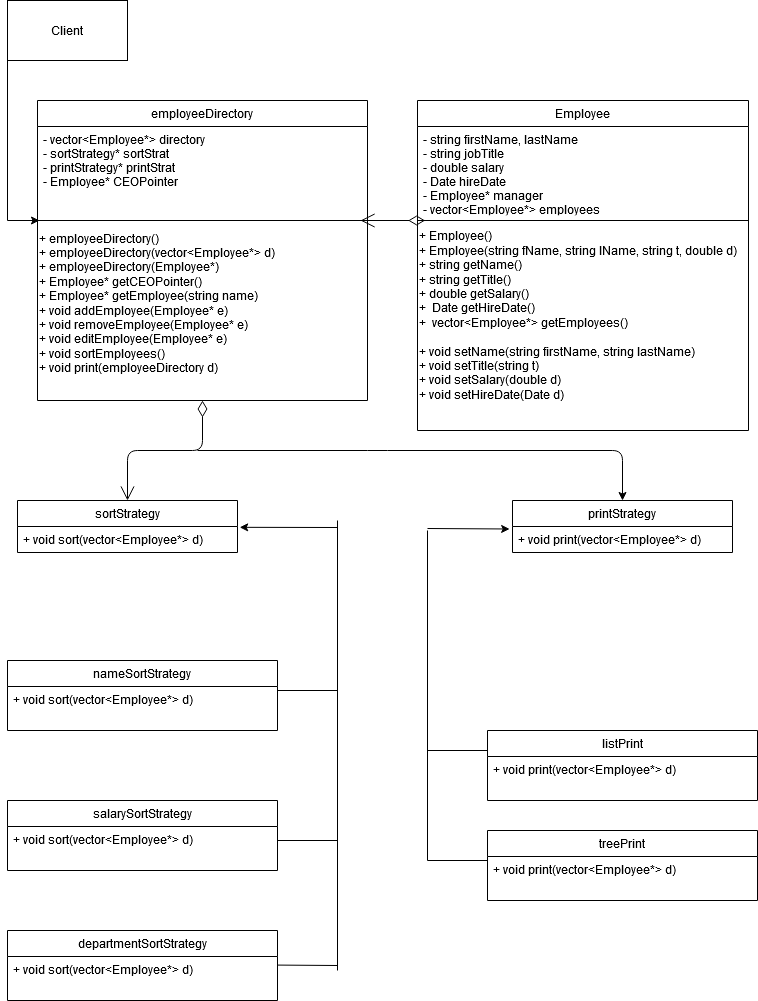
Before: images/final_diagram.png, a diagram exported from draw.io (davids598/EmployeeDirectoryProgram). Source tidied: cells renumbered, new cells last; positions are measured from the earlier drawing's top-left corner, leaving out a move shared by most shapes.
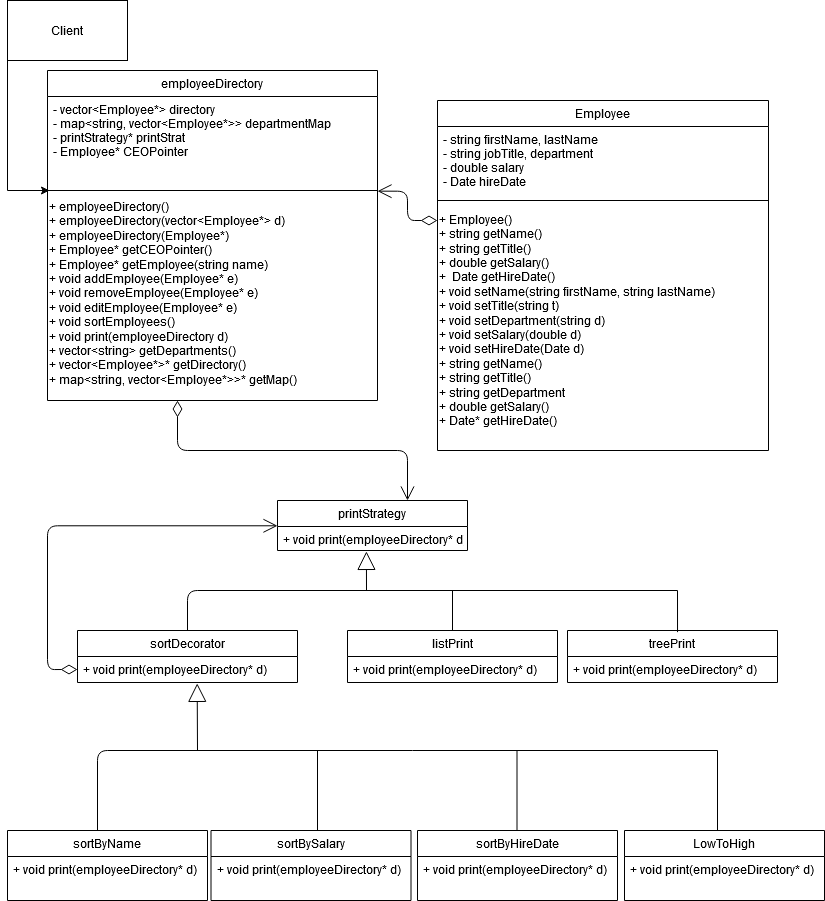
After the commit.

Commit message:
updated class diagram

Diff of the diagram source:
```diff
@@ -5,23 +5,23 @@
     <mxCell id="2" value="Employee" style="swimlane;fontStyle=0;align=center;verticalAlign=top;horizontal=1;startSize=26;rounded=0;shadow=0;strokeWidth=1;" parent="1" vertex="1">
-      <mxGeometry x="410" y="100" width="331" height="330" as="geometry" />
+      <mxGeometry x="430" y="100" width="331" height="350" as="geometry" />
     </mxCell>
-    <mxCell id="3" value="- string firstName, lastName&#10;- string jobTitle&#10;- double salary&#10;- Date hireDate&#10;- Employee* manager&#10;- vector&lt;Employee*&gt; employees&#10; " style="text;align=left;verticalAlign=top;spacingLeft=4;spacingRight=4;overflow=hidden;" parent="2" vertex="1">
-      <mxGeometry y="26" width="331" height="84" as="geometry" />
+    <mxCell id="3" value="- string firstName, lastName&#10;- string jobTitle, department&#10;- double salary&#10;- Date hireDate&#10; " style="text;align=left;verticalAlign=top;spacingLeft=4;spacingRight=4;overflow=hidden;" parent="2" vertex="1">
+      <mxGeometry y="26" width="331" height="64" as="geometry" />
     </mxCell>
     <mxCell id="4" style="line;html=1;strokeWidth=1;align=left;verticalAlign=middle;spacingTop=-1;spacingLeft=3;spacingRight=3;labelPosition=right;points=[];portConstraint=eastwest;" parent="2" vertex="1">
-      <mxGeometry y="110" width="331" height="20" as="geometry" />
+      <mxGeometry y="90" width="331" height="20" as="geometry" />
     </mxCell>
-    <mxCell id="5" value="&lt;div&gt;+ Employee()&lt;/div&gt;&lt;div&gt;+ Employee(string fName, string lName, string t, double d)&lt;br&gt;&lt;/div&gt;&lt;div&gt;+ string getName()&lt;/div&gt;&lt;div align=&quot;left&quot;&gt;+ string getTitle()&lt;/div&gt;&lt;div align=&quot;left&quot;&gt;+ double getSalary()&lt;/div&gt;&lt;div align=&quot;left&quot;&gt;+&amp;nbsp; Date getHireDate()&lt;br&gt;&lt;/div&gt;&lt;div align=&quot;left&quot;&gt;+&amp;nbsp; vector&amp;lt;Employee*&amp;gt; getEmployees()&lt;br&gt;&lt;/div&gt;&lt;div align=&quot;left&quot;&gt;&lt;br&gt;&lt;/div&gt;&lt;div align=&quot;left&quot;&gt;+ void setName(string firstName, string lastName)&lt;br&gt;&lt;/div&gt;&lt;div align=&quot;left&quot;&gt;+ void setTitle(string t)&lt;br&gt;&lt;/div&gt;&lt;div align=&quot;left&quot;&gt;+ void setSalary(double d)&lt;/div&gt;&lt;div align=&quot;left&quot;&gt;+ void setHireDate(Date d) &lt;br&gt;&lt;/div&gt;" style="text;html=1;align=left;verticalAlign=middle;" parent="2" vertex="1">
-      <mxGeometry y="130" width="331" height="170" as="geometry" />
+    <mxCell id="5" value="&lt;div&gt;+ Employee()&lt;/div&gt;&lt;div&gt;+ string getName()&lt;/div&gt;&lt;div align=&quot;left&quot;&gt;+ string getTitle()&lt;/div&gt;&lt;div align=&quot;left&quot;&gt;+ double getSalary()&lt;/div&gt;&lt;div align=&quot;left&quot;&gt;+&amp;nbsp; Date getHireDate()&lt;br&gt;&lt;/div&gt;&lt;div align=&quot;left&quot;&gt;+ void setName(string firstName, string lastName)&lt;br&gt;&lt;/div&gt;&lt;div align=&quot;left&quot;&gt;+ void setTitle(string t)&lt;/div&gt;&lt;div align=&quot;left&quot;&gt;+ void setDepartment(string d)&lt;br&gt;&lt;/div&gt;&lt;div align=&quot;left&quot;&gt;+ void setSalary(double d)&lt;/div&gt;&lt;div align=&quot;left&quot;&gt;+ void setHireDate(Date d) &lt;br&gt;&lt;/div&gt;&lt;div align=&quot;left&quot;&gt;+ string getName()&lt;/div&gt;&lt;div align=&quot;left&quot;&gt;+ string getTitle()&lt;/div&gt;&lt;div align=&quot;left&quot;&gt;+ string getDepartment&lt;/div&gt;&lt;div align=&quot;left&quot;&gt;+ double getSalary()&lt;/div&gt;&lt;div align=&quot;left&quot;&gt;+ Date* getHireDate()&lt;br&gt;&lt;/div&gt;" style="text;html=1;align=left;verticalAlign=middle;" parent="2" vertex="1">
+      <mxGeometry y="110" width="331" height="220" as="geometry" />
     </mxCell>
-    <mxCell id="6" value="departmentSortStrategy" style="swimlane;fontStyle=0;align=center;verticalAlign=top;horizontal=1;startSize=26;rounded=0;shadow=0;strokeWidth=1;" parent="1" vertex="1">
-      <mxGeometry y="930" width="270" height="70" as="geometry" />
+    <mxCell id="6" value="LowToHigh" style="swimlane;fontStyle=0;align=center;verticalAlign=top;horizontal=1;startSize=26;rounded=0;shadow=0;strokeWidth=1;" parent="1" vertex="1">
+      <mxGeometry x="617" y="830" width="200" height="70" as="geometry" />
     </mxCell>
-    <mxCell id="7" value="+ void sort(vector&lt;Employee*&gt; d)" style="text;align=left;verticalAlign=top;spacingLeft=4;spacingRight=4;overflow=hidden;" parent="6" vertex="1">
-      <mxGeometry y="26" width="270" height="26" as="geometry" />
+    <mxCell id="7" value="+ void print(employeeDirectory* d)" style="text;align=left;verticalAlign=top;spacingLeft=4;spacingRight=4;overflow=hidden;" parent="6" vertex="1">
+      <mxGeometry y="26" width="200" height="26" as="geometry" />
     </mxCell>
     <mxCell id="8" value="employeeDirectory" style="swimlane;fontStyle=0;align=center;verticalAlign=top;horizontal=1;startSize=26;rounded=0;shadow=0;strokeWidth=1;" parent="1" vertex="1">
-      <mxGeometry x="30" y="100" width="330" height="300" as="geometry" />
+      <mxGeometry x="40" y="70" width="330" height="330" as="geometry" />
     </mxCell>
-    <mxCell id="9" value="- vector&lt;Employee*&gt; directory&#10;- sortStrategy* sortStrat&#10;- printStrategy* printStrat&#10;- Employee* CEOPointer&#10;&#10;" style="text;align=left;verticalAlign=top;spacingLeft=4;spacingRight=4;overflow=hidden;" parent="8" vertex="1">
+    <mxCell id="9" value="- vector&lt;Employee*&gt; directory&#10;- map&lt;string, vector&lt;Employee*&gt;&gt; departmentMap&#10;- printStrategy* printStrat&#10;- Employee* CEOPointer&#10;&#10;" style="text;align=left;verticalAlign=top;spacingLeft=4;spacingRight=4;overflow=hidden;" parent="8" vertex="1">
       <mxGeometry y="26" width="330" height="84" as="geometry" />
@@ -31,16 +31,16 @@
     </mxCell>
-    <mxCell id="11" value="&lt;div&gt;+ employeeDirectory()&lt;/div&gt;&lt;div&gt;+ employeeDirectory(vector&amp;lt;Employee*&amp;gt; d)&lt;/div&gt;&lt;div&gt;+ employeeDirectory(Employee*)&lt;/div&gt;&lt;div&gt;+ Employee* getCEOPointer()&lt;br&gt;&lt;/div&gt;&lt;div&gt;+ Employee* getEmployee(string name)&lt;br&gt;&lt;/div&gt;&lt;div&gt;+ void addEmployee(Employee* e)&lt;/div&gt;&lt;div&gt;+ void removeEmployee(Employee* e)&lt;/div&gt;&lt;div&gt;+ void editEmployee(Employee* e)&lt;/div&gt;&lt;div&gt;+ void sortEmployees()&lt;/div&gt;&lt;div&gt;+ void print(employeeDirectory d)&lt;/div&gt;&lt;div&gt;&lt;br&gt;&lt;/div&gt;" style="text;html=1;align=left;verticalAlign=middle;" parent="8" vertex="1">
-      <mxGeometry y="130" width="330" height="160" as="geometry" />
+    <mxCell id="11" value="&lt;div&gt;+ employeeDirectory()&lt;/div&gt;&lt;div&gt;+ employeeDirectory(vector&amp;lt;Employee*&amp;gt; d)&lt;/div&gt;&lt;div&gt;+ employeeDirectory(Employee*)&lt;/div&gt;&lt;div&gt;+ Employee* getCEOPointer()&lt;br&gt;&lt;/div&gt;&lt;div&gt;+ Employee* getEmployee(string name)&lt;br&gt;&lt;/div&gt;&lt;div&gt;+ void addEmployee(Employee* e)&lt;/div&gt;&lt;div&gt;+ void removeEmployee(Employee* e)&lt;/div&gt;&lt;div&gt;+ void editEmployee(Employee* e)&lt;/div&gt;&lt;div&gt;+ void sortEmployees()&lt;/div&gt;&lt;div&gt;+ void print(employeeDirectory d)&lt;/div&gt;&lt;div&gt;+ vector&amp;lt;string&amp;gt; getDepartments()&lt;/div&gt;&lt;div&gt;+ vector&amp;lt;Employee*&amp;gt;* getDirectory()&lt;/div&gt;&lt;div&gt;+ map&amp;lt;string, vector&amp;lt;Employee*&amp;gt;&amp;gt;* getMap()&lt;/div&gt;&lt;div&gt;&lt;br&gt;&lt;/div&gt;" style="text;html=1;align=left;verticalAlign=middle;" parent="8" vertex="1">
+      <mxGeometry y="130" width="330" height="200" as="geometry" />
     </mxCell>
-    <mxCell id="12" value="salarySortStrategy" style="swimlane;fontStyle=0;align=center;verticalAlign=top;horizontal=1;startSize=26;rounded=0;shadow=0;strokeWidth=1;" parent="1" vertex="1">
-      <mxGeometry y="800" width="270" height="70" as="geometry" />
+    <mxCell id="12" value="sortBySalary" style="swimlane;fontStyle=0;align=center;verticalAlign=top;horizontal=1;startSize=26;rounded=0;shadow=0;strokeWidth=1;" parent="1" vertex="1">
+      <mxGeometry x="203.5" y="830" width="200" height="70" as="geometry" />
     </mxCell>
-    <mxCell id="13" value="+ void sort(vector&lt;Employee*&gt; d)" style="text;align=left;verticalAlign=top;spacingLeft=4;spacingRight=4;overflow=hidden;" parent="12" vertex="1">
-      <mxGeometry y="26" width="270" height="26" as="geometry" />
+    <mxCell id="13" value="+ void print(employeeDirectory* d)" style="text;align=left;verticalAlign=top;spacingLeft=4;spacingRight=4;overflow=hidden;" parent="12" vertex="1">
+      <mxGeometry y="26" width="200" height="26" as="geometry" />
     </mxCell>
-    <mxCell id="14" value="nameSortStrategy" style="swimlane;fontStyle=0;align=center;verticalAlign=top;horizontal=1;startSize=26;rounded=0;shadow=0;strokeWidth=1;" parent="1" vertex="1">
-      <mxGeometry y="660" width="270" height="70" as="geometry" />
+    <mxCell id="14" value="sortByName" style="swimlane;fontStyle=0;align=center;verticalAlign=top;horizontal=1;startSize=26;rounded=0;shadow=0;strokeWidth=1;" parent="1" vertex="1">
+      <mxGeometry y="830" width="200" height="70" as="geometry" />
     </mxCell>
-    <mxCell id="15" value="+ void sort(vector&lt;Employee*&gt; d)" style="text;align=left;verticalAlign=top;spacingLeft=4;spacingRight=4;overflow=hidden;" parent="14" vertex="1">
-      <mxGeometry y="26" width="270" height="26" as="geometry" />
+    <mxCell id="15" value="+ void print(employeeDirectory* d)" style="text;align=left;verticalAlign=top;spacingLeft=4;spacingRight=4;overflow=hidden;" parent="14" vertex="1">
+      <mxGeometry y="26" width="200" height="26" as="geometry" />
     </mxCell>
@@ -49,3 +49,3 @@
         <Array as="points">
-          <mxPoint y="220" />
+          <mxPoint y="190" />
         </Array>
@@ -56,4 +56,9 @@
     </mxCell>
-    <mxCell id="18" style="endArrow=open;html=1;endSize=12;startArrow=diamondThin;startSize=14;startFill=0;edgeStyle=orthogonalEdgeStyle;align=left;verticalAlign=bottom;exitX=0.023;exitY=0.5;exitDx=0;exitDy=0;exitPerimeter=0;entryX=0.979;entryY=0.5;entryDx=0;entryDy=0;entryPerimeter=0;" parent="1" edge="1" source="4" target="10">
+    <mxCell id="18" style="endArrow=open;html=1;endSize=12;startArrow=diamondThin;startSize=14;startFill=0;edgeStyle=orthogonalEdgeStyle;align=left;verticalAlign=bottom;entryX=1;entryY=0.533;entryDx=0;entryDy=0;entryPerimeter=0;" parent="1" edge="1" target="10">
       <mxGeometry x="1" y="305" relative="1" as="geometry">
+        <mxPoint x="430" y="220" as="sourcePoint" />
+        <Array as="points">
+          <mxPoint x="400" y="220" />
+          <mxPoint x="400" y="191" />
+        </Array>
         <mxPoint x="-160" y="-45" as="offset" />
@@ -62,17 +67,17 @@
     <mxCell id="19" value="treePrint" style="swimlane;fontStyle=0;align=center;verticalAlign=top;horizontal=1;startSize=26;rounded=0;shadow=0;strokeWidth=1;" parent="1" vertex="1">
-      <mxGeometry x="480" y="830" width="270" height="70" as="geometry" />
+      <mxGeometry x="560" y="630" width="210" height="52" as="geometry" />
     </mxCell>
-    <mxCell id="20" value="+ void print(vector&lt;Employee*&gt; d)" style="text;align=left;verticalAlign=top;spacingLeft=4;spacingRight=4;overflow=hidden;" parent="19" vertex="1">
-      <mxGeometry y="26" width="270" height="26" as="geometry" />
+    <mxCell id="20" value="+ void print(employeeDirectory* d)" style="text;align=left;verticalAlign=top;spacingLeft=4;spacingRight=4;overflow=hidden;" parent="19" vertex="1">
+      <mxGeometry y="26" width="210" height="26" as="geometry" />
     </mxCell>
     <mxCell id="21" value="listPrint" style="swimlane;fontStyle=0;align=center;verticalAlign=top;horizontal=1;startSize=26;rounded=0;shadow=0;strokeWidth=1;" parent="1" vertex="1">
-      <mxGeometry x="480" y="730" width="270" height="70" as="geometry" />
+      <mxGeometry x="340" y="630" width="210" height="52" as="geometry" />
     </mxCell>
-    <mxCell id="22" value="+ void print(vector&lt;Employee*&gt; d)" style="text;align=left;verticalAlign=top;spacingLeft=4;spacingRight=4;overflow=hidden;" parent="21" vertex="1">
-      <mxGeometry y="26" width="270" height="26" as="geometry" />
+    <mxCell id="22" value="+ void print(employeeDirectory* d)" style="text;align=left;verticalAlign=top;spacingLeft=4;spacingRight=4;overflow=hidden;" parent="21" vertex="1">
+      <mxGeometry y="26" width="210" height="26" as="geometry" />
     </mxCell>
-    <mxCell id="23" value="sortStrategy" style="swimlane;fontStyle=0;align=center;verticalAlign=top;horizontal=1;startSize=26;" parent="1" vertex="1">
-      <mxGeometry x="10" y="500" width="220" height="52" as="geometry" />
+    <mxCell id="23" value="sortDecorator" style="swimlane;fontStyle=0;align=center;verticalAlign=top;horizontal=1;startSize=26;" parent="1" vertex="1">
+      <mxGeometry x="70" y="630" width="220" height="52" as="geometry" />
     </mxCell>
-    <mxCell id="24" value="+ void sort(vector&lt;Employee*&gt; d)&#10;" style="text;strokeColor=none;fillColor=none;align=left;verticalAlign=top;spacingLeft=4;spacingRight=4;overflow=hidden;points=[[0,0.5],[1,0.5]];portConstraint=eastwest;" parent="23" vertex="1">
+    <mxCell id="24" value="+ void print(employeeDirectory* d)" style="text;strokeColor=none;fillColor=none;align=left;verticalAlign=top;spacingLeft=4;spacingRight=4;overflow=hidden;points=[[0,0.5],[1,0.5]];portConstraint=eastwest;" parent="23" vertex="1">
       <mxGeometry y="26" width="220" height="26" as="geometry" />
@@ -80,71 +85,88 @@
     <mxCell id="25" value="printStrategy" style="swimlane;fontStyle=0;align=center;verticalAlign=top;horizontal=1;startSize=26;" parent="1" vertex="1">
-      <mxGeometry x="505" y="500" width="220" height="52" as="geometry" />
+      <mxGeometry x="270" y="500" width="190" height="50" as="geometry" />
     </mxCell>
-    <mxCell id="26" value="+ void print(vector&lt;Employee*&gt; d)&#10;" style="text;strokeColor=none;fillColor=none;align=left;verticalAlign=top;spacingLeft=4;spacingRight=4;overflow=hidden;points=[[0,0.5],[1,0.5]];portConstraint=eastwest;" parent="25" vertex="1">
-      <mxGeometry y="26" width="220" height="26" as="geometry" />
+    <mxCell id="26" value="+ void print(employeeDirectory* d)&#10;" style="text;strokeColor=none;fillColor=none;align=left;verticalAlign=top;spacingLeft=4;spacingRight=4;overflow=hidden;points=[[0,0.5],[1,0.5]];portConstraint=eastwest;" parent="25" vertex="1">
+      <mxGeometry y="26" width="190" height="24" as="geometry" />
     </mxCell>
-    <mxCell id="27" style="endArrow=open;html=1;endSize=12;startArrow=diamondThin;startSize=14;startFill=0;edgeStyle=orthogonalEdgeStyle;align=left;verticalAlign=bottom;entryX=0.5;entryY=0;entryDx=0;entryDy=0;exitX=0.5;exitY=1;exitDx=0;exitDy=0;" parent="1" edge="1" source="8" target="23">
-      <mxGeometry x="-0.54" y="35" relative="1" as="geometry" />
-    </mxCell>
-    <mxCell id="28" style="endArrow=classic;html=1;entryX=0.5;entryY=0;entryDx=0;entryDy=0;" parent="1" edge="1" target="25">
-      <mxGeometry relative="1" as="geometry">
-        <mxPoint x="190" y="450" as="sourcePoint" />
-        <Array as="points">
-          <mxPoint x="370" y="450" />
-          <mxPoint x="615" y="450" />
-        </Array>
-      </mxGeometry>
-    </mxCell>
-    <mxCell id="29" style="endArrow=classic;html=1;entryX=1.01;entryY=0.032;entryDx=0;entryDy=0;entryPerimeter=0;" parent="1" edge="1" target="24">
-      <mxGeometry relative="1" as="geometry">
-        <mxPoint x="330" y="527" as="sourcePoint" />
-      </mxGeometry>
-    </mxCell>
-    <mxCell id="30" style="endArrow=none;html=1;" parent="1" edge="1">
-      <mxGeometry relative="1" as="geometry">
-        <mxPoint x="330" y="970" as="sourcePoint" />
-        <mxPoint x="330" y="520" as="targetPoint" />
-      </mxGeometry>
-    </mxCell>
-    <mxCell id="31" style="endArrow=none;html=1;" parent="1" edge="1">
-      <mxGeometry relative="1" as="geometry">
-        <mxPoint x="270" y="690" as="sourcePoint" />
-        <mxPoint x="330" y="690" as="targetPoint" />
-      </mxGeometry>
-    </mxCell>
-    <mxCell id="32" style="endArrow=none;html=1;" parent="1" edge="1">
-      <mxGeometry relative="1" as="geometry">
-        <mxPoint x="270" y="840" as="sourcePoint" />
-        <mxPoint x="330" y="840" as="targetPoint" />
-      </mxGeometry>
-    </mxCell>
-    <mxCell id="33" style="endArrow=none;html=1;" parent="1" edge="1">
-      <mxGeometry relative="1" as="geometry">
-        <mxPoint x="270" y="964.6" as="sourcePoint" />
-        <mxPoint x="330" y="965" as="targetPoint" />
-      </mxGeometry>
-    </mxCell>
-    <mxCell id="34" style="endArrow=none;html=1;" parent="1" edge="1">
-      <mxGeometry relative="1" as="geometry">
-        <mxPoint x="420" y="860" as="sourcePoint" />
-        <mxPoint x="420" y="530" as="targetPoint" />
-      </mxGeometry>
-    </mxCell>
-    <mxCell id="35" style="endArrow=classic;html=1;entryX=-0.013;entryY=0.096;entryDx=0;entryDy=0;entryPerimeter=0;" parent="1" edge="1" target="26">
-      <mxGeometry relative="1" as="geometry">
-        <mxPoint x="420" y="528" as="sourcePoint" />
-      </mxGeometry>
-    </mxCell>
-    <mxCell id="36" style="endArrow=none;html=1;" parent="1" edge="1">
-      <mxGeometry relative="1" as="geometry">
-        <mxPoint x="420" y="750" as="sourcePoint" />
-        <mxPoint x="480" y="750" as="targetPoint" />
-      </mxGeometry>
-    </mxCell>
-    <mxCell id="37" style="endArrow=none;html=1;" parent="1" edge="1">
-      <mxGeometry relative="1" as="geometry">
-        <mxPoint x="420" y="860" as="sourcePoint" />
-        <mxPoint x="480" y="860" as="targetPoint" />
-      </mxGeometry>
-    </mxCell>
+    <mxCell id="38" style="endArrow=open;html=1;endSize=12;startArrow=diamondThin;startSize=14;startFill=0;edgeStyle=orthogonalEdgeStyle;align=left;verticalAlign=bottom;" parent="1" edge="1" target="25">
+      <mxGeometry x="-0.3" y="30" relative="1" as="geometry">
+        <mxPoint x="170" y="400" as="sourcePoint" />
+        <Array as="points">
+          <mxPoint x="170" y="450" />
+          <mxPoint x="400" y="450" />
+        </Array>
+      </mxGeometry>
+    </mxCell>
+    <mxCell id="39" style="endArrow=open;html=1;endSize=12;startArrow=diamondThin;startSize=14;startFill=0;edgeStyle=orthogonalEdgeStyle;align=left;verticalAlign=bottom;exitX=0;exitY=0.5;exitDx=0;exitDy=0;" parent="1" edge="1" source="24">
+      <mxGeometry x="-0.67" y="-91" relative="1" as="geometry">
+        <mxPoint x="270" y="525.3" as="targetPoint" />
+        <Array as="points">
+          <mxPoint x="40" y="669" />
+          <mxPoint x="40" y="525" />
+        </Array>
+        <mxPoint x="-11" y="-1" as="offset" />
+      </mxGeometry>
+    </mxCell>
+    <mxCell id="40" value="sortByHireDate" style="swimlane;fontStyle=0;align=center;verticalAlign=top;horizontal=1;startSize=26;rounded=0;shadow=0;strokeWidth=1;" parent="1" vertex="1">
+      <mxGeometry x="410" y="830" width="200" height="70" as="geometry" />
+    </mxCell>
+    <mxCell id="41" value="+ void print(employeeDirectory* d)" style="text;align=left;verticalAlign=top;spacingLeft=4;spacingRight=4;overflow=hidden;" parent="40" vertex="1">
+      <mxGeometry y="26" width="200" height="26" as="geometry" />
+    </mxCell>
+    <mxCell id="42" style="endArrow=block;endSize=16;endFill=0;html=1;entryX=0.468;entryY=1.038;entryDx=0;entryDy=0;entryPerimeter=0;" parent="1" edge="1" target="26">
+      <mxGeometry x="1" y="98" relative="1" as="geometry">
+        <mxPoint x="359" y="590" as="sourcePoint" />
+        <mxPoint x="90" y="58" as="offset" />
+      </mxGeometry>
+    </mxCell>
+    <mxCell id="43" style="endArrow=none;html=1;exitX=0.5;exitY=0;exitDx=0;exitDy=0;" parent="1" edge="1" source="23">
+      <mxGeometry relative="1" as="geometry">
+        <mxPoint x="670" y="590" as="targetPoint" />
+        <Array as="points">
+          <mxPoint x="180" y="590" />
+        </Array>
+      </mxGeometry>
+    </mxCell>
+    <mxCell id="44" style="endArrow=none;html=1;exitX=0.5;exitY=0;exitDx=0;exitDy=0;" parent="1" edge="1" source="21">
+      <mxGeometry relative="1" as="geometry">
+        <mxPoint x="445" y="590" as="targetPoint" />
+      </mxGeometry>
+    </mxCell>
+    <mxCell id="45" style="endArrow=none;html=1;exitX=0.524;exitY=0.031;exitDx=0;exitDy=0;exitPerimeter=0;" parent="1" edge="1" source="19">
+      <mxGeometry relative="1" as="geometry">
+        <mxPoint x="670" y="590" as="targetPoint" />
+      </mxGeometry>
+    </mxCell>
+    <mxCell id="46" style="endArrow=block;endSize=16;endFill=0;html=1;entryX=0.544;entryY=1.034;entryDx=0;entryDy=0;entryPerimeter=0;" parent="1" edge="1" target="24">
+      <mxGeometry y="-30" relative="1" as="geometry">
+        <mxPoint x="190" y="750" as="sourcePoint" />
+      </mxGeometry>
+    </mxCell>
+    <mxCell id="47" style="endArrow=none;html=1;" parent="1" edge="1">
+      <mxGeometry relative="1" as="geometry">
+        <mxPoint x="90" y="830" as="sourcePoint" />
+        <mxPoint x="710" y="750" as="targetPoint" />
+        <Array as="points">
+          <mxPoint x="90" y="750" />
+        </Array>
+      </mxGeometry>
+    </mxCell>
+    <mxCell id="48" style="endArrow=none;html=1;" parent="1" edge="1">
+      <mxGeometry relative="1" as="geometry">
+        <mxPoint x="710" y="830" as="sourcePoint" />
+        <mxPoint x="710" y="750" as="targetPoint" />
+      </mxGeometry>
+    </mxCell>
+    <mxCell id="49" style="endArrow=none;html=1;" parent="1" edge="1">
+      <mxGeometry relative="1" as="geometry">
+        <mxPoint x="509.5" y="830" as="sourcePoint" />
+        <mxPoint x="509.5" y="750" as="targetPoint" />
+      </mxGeometry>
+    </mxCell>
+    <mxCell id="50" style="endArrow=none;html=1;" parent="1" edge="1">
+      <mxGeometry relative="1" as="geometry">
+        <mxPoint x="310" y="830" as="sourcePoint" />
+        <mxPoint x="310" y="750" as="targetPoint" />
+      </mxGeometry>
+    </mxCell>
   </root>
```
